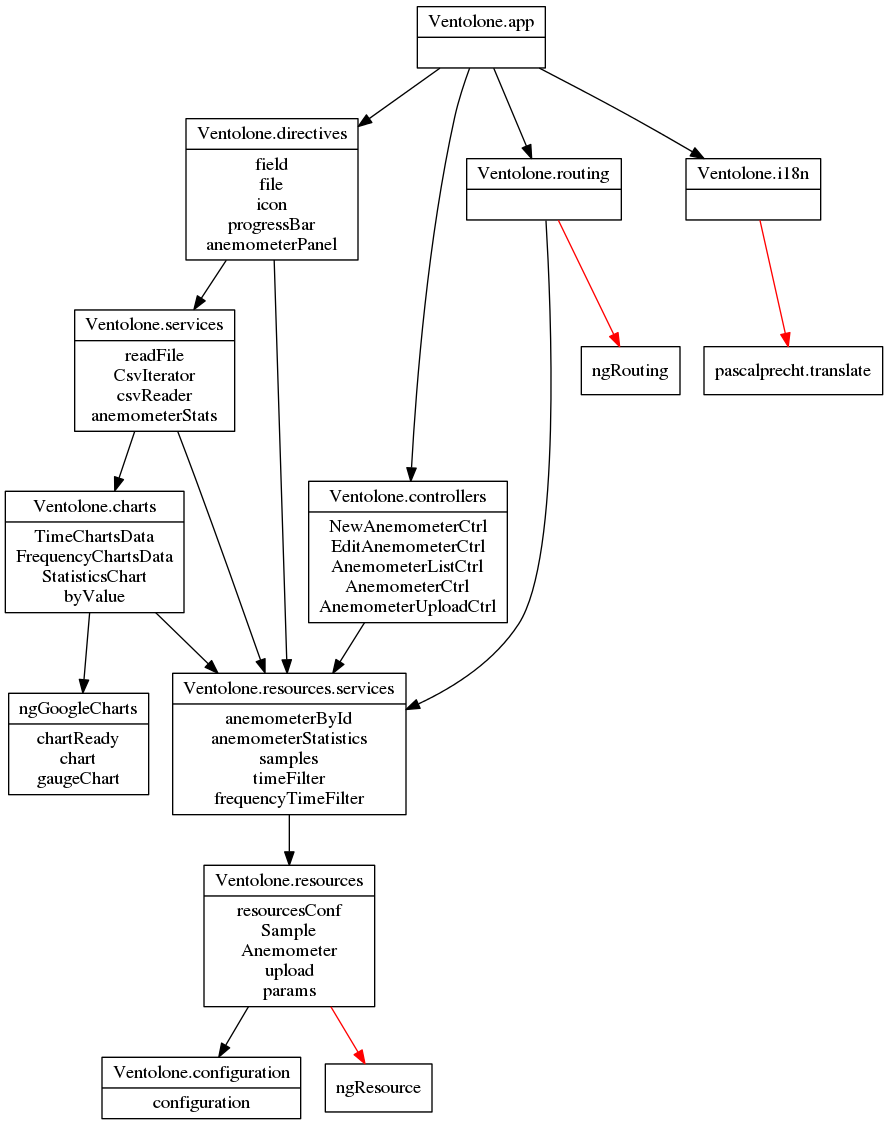
Before: dependencies-graph.png, a diagram exported from Graphviz (VentolONE/ventolone-app). Its source is kept beside it as dependencies-graph.dot.
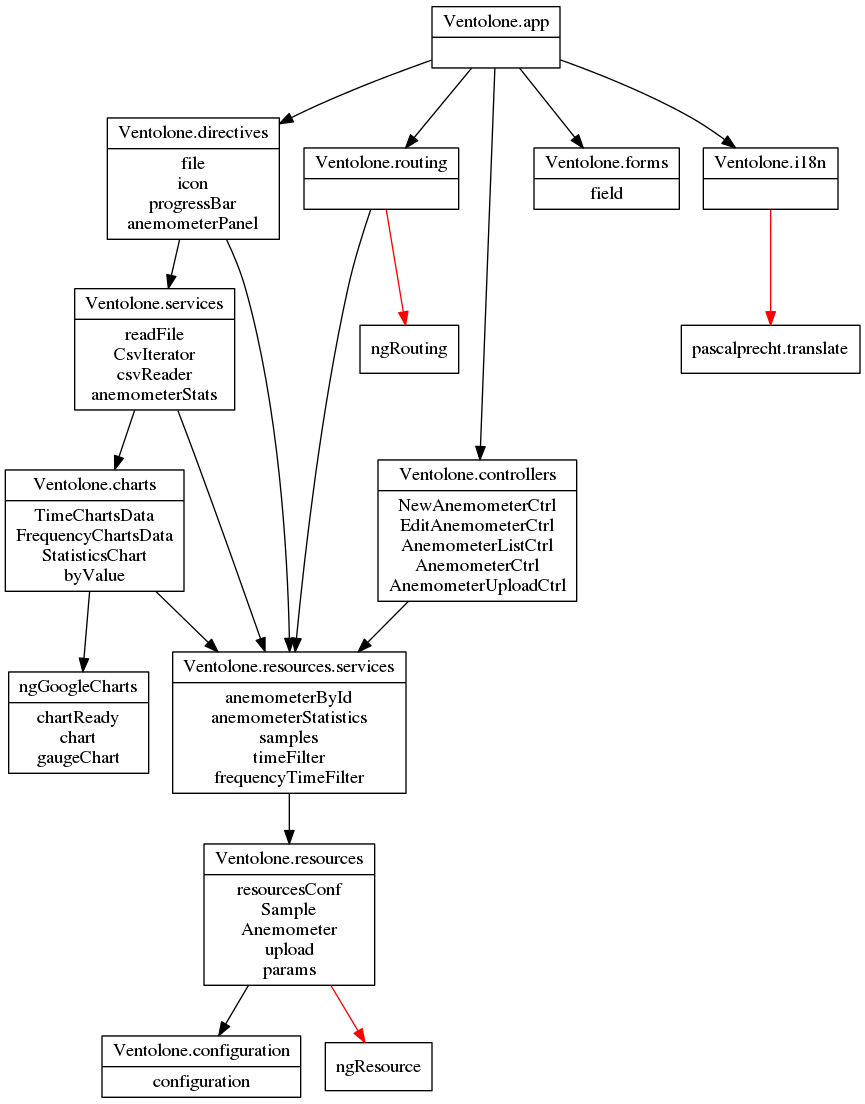
Later version of the same file.

Commit message:
updated dependencies graph

Diff of the diagram source:
```diff
@@ -3,7 +3,8 @@
   "Ventolone.charts"[label="{Ventolone.charts|TimeChartsData\nFrequencyChartsData\nStatisticsChart\nbyValue}"]
   "Ventolone.configuration"[label="{Ventolone.configuration|configuration}"]
   "Ventolone.controllers"[label="{Ventolone.controllers|NewAnemometerCtrl\nEditAnemometerCtrl\nAnemometerListCtrl\nAnemometerCtrl\nAnemometerUploadCtrl}"]
-  "Ventolone.directives"[label="{Ventolone.directives|field\nfile\nicon\nprogressBar\nanemometerPanel}"]
+  "Ventolone.directives"[label="{Ventolone.directives|file\nicon\nprogressBar\nanemometerPanel}"]
+  "Ventolone.forms"[label="{Ventolone.forms|field}"]
   "ngGoogleCharts"[label="{ngGoogleCharts|chartReady\nchart\ngaugeChart}"]
   "Ventolone.i18n"[label="{Ventolone.i18n|}"]
   "Ventolone.app"[label="{Ventolone.app|}"]
@@ -23,6 +24,7 @@
   "Ventolone.app" -> "Ventolone.directives"  [color="black"]
   "Ventolone.app" -> "Ventolone.routing"  [color="black"]
   "Ventolone.app" -> "Ventolone.i18n"  [color="black"]
+  "Ventolone.app" -> "Ventolone.forms"  [color="black"]
   "Ventolone.resources.services" -> "Ventolone.resources"  [color="black"]
   "Ventolone.resources" -> "ngResource"  [color="red"]
   "Ventolone.resources" -> "Ventolone.configuration"  [color="black"]
```
